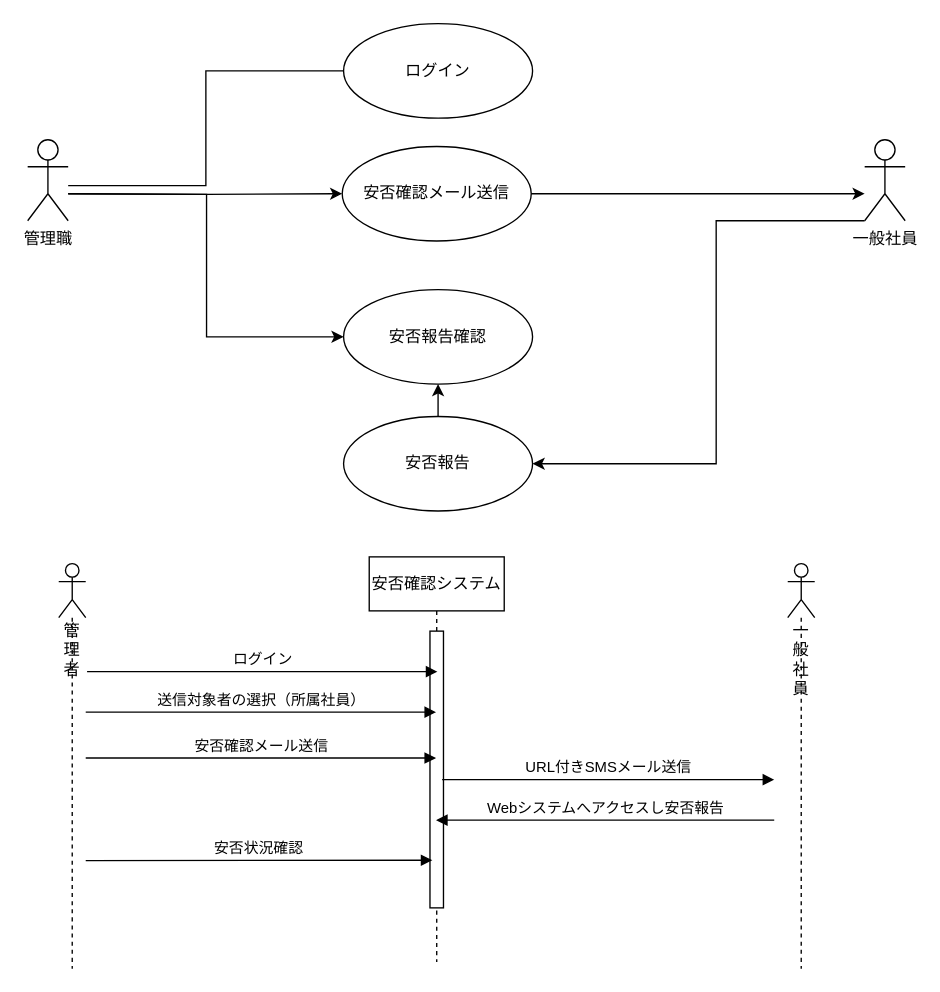
This is safetyConfirmation/uml/UseCase.drawio from ken-fulGit/fulGit, a draw.io file, before an edit. Source tidied: cells renumbered, new cells numbered last; positions are measured from the earlier drawing's top-left corner, leaving out a move shared by most shapes. Both pictures are drawn from the tidied source at 135%, with x=0, y=0 at pixel (27, 23).
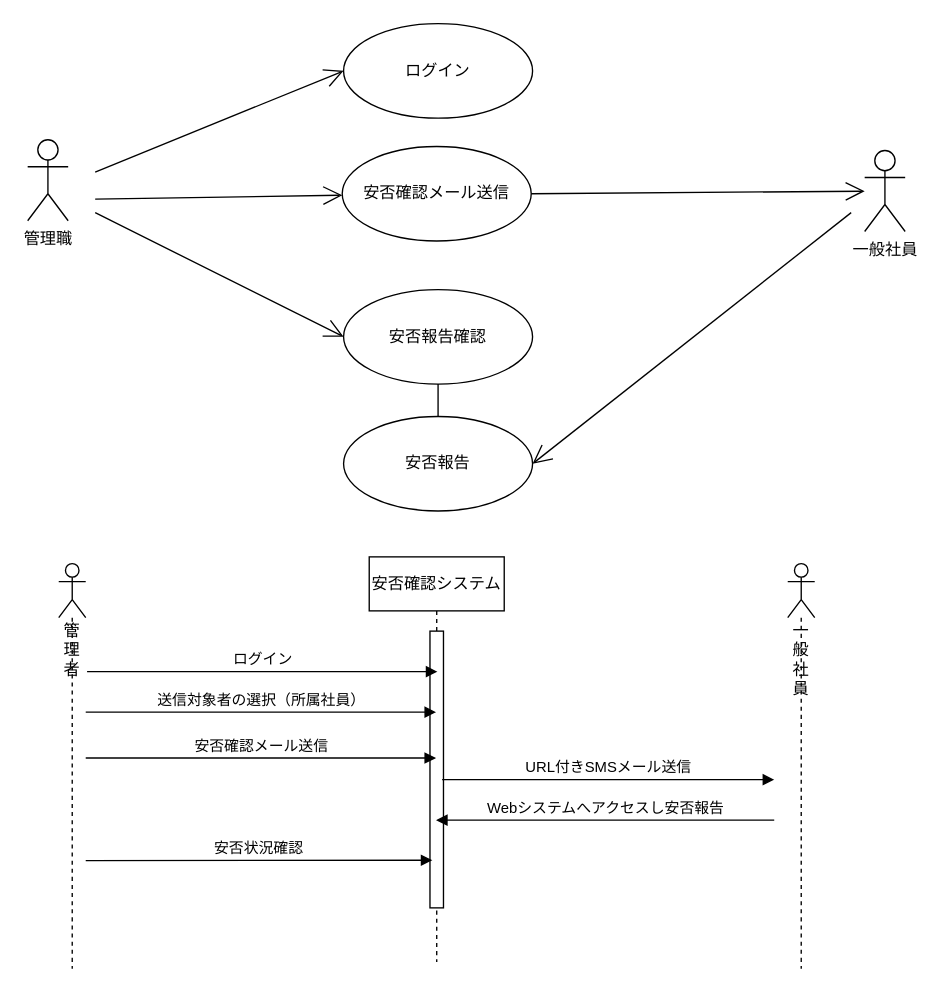
The same diagram, later.

Commit message (it also covers changes not shown here):
ダイアグラムの線変更（直線）

Unchanged cells that the change refers to:
```xml
<mxCell id="3" value="管理職" style="shape=umlActor;verticalLabelPosition=bottom;verticalAlign=top;html=1;" parent="1" vertex="1">
  <mxGeometry y="86" width="30" height="60" as="geometry" />
</mxCell>
<mxCell id="7" value="安否報告" style="ellipse;whiteSpace=wrap;html=1;" parent="1" vertex="1">
  <mxGeometry x="234" y="291" width="140" height="70" as="geometry" />
</mxCell>
<mxCell id="8" value="安否確認メール送信" style="ellipse;whiteSpace=wrap;html=1;" parent="1" vertex="1">
  <mxGeometry x="233" y="91" width="140" height="70" as="geometry" />
</mxCell>
<mxCell id="10" value="安否報告確認" style="ellipse;whiteSpace=wrap;html=1;" parent="1" vertex="1">
  <mxGeometry x="234" y="197" width="140" height="70" as="geometry" />
</mxCell>
<mxCell id="22" value="ログイン" style="ellipse;whiteSpace=wrap;html=1;" parent="1" vertex="1">
  <mxGeometry x="234" width="140" height="70" as="geometry" />
</mxCell>
```

Diff of the diagram source:
```diff
@@
-    <mxCell id="2" style="edgeStyle=orthogonalEdgeStyle;rounded=0;jettySize=auto;html=1;entryX=0;entryY=0.5;entryDx=0;entryDy=0;startArrow=none;startFill=0;endArrow=none;endFill=0;" parent="1" edge="1" source="3" target="22">
-      <mxGeometry relative="1" as="geometry">
-        <Array as="points">
-          <mxPoint x="132" y="120" />
-          <mxPoint x="132" y="35" />
-        </Array>
-      </mxGeometry>
-    </mxCell>
@@
-    <mxCell id="4" style="edgeStyle=orthogonalEdgeStyle;rounded=0;jettySize=auto;html=1;entryX=1;entryY=0.5;entryDx=0;entryDy=0;" parent="1" edge="1" target="7">
-      <mxGeometry relative="1" as="geometry">
-        <mxPoint x="620" y="146" as="sourcePoint" />
-        <Array as="points">
-          <mxPoint x="510" y="146" />
-          <mxPoint x="510" y="326" />
-        </Array>
-      </mxGeometry>
-    </mxCell>
     <mxCell id="5" value="一般社員" style="shape=umlActor;verticalLabelPosition=bottom;verticalAlign=top;html=1;" parent="1" vertex="1">
-      <mxGeometry x="620" y="86" width="30" height="60" as="geometry" />
+      <mxGeometry x="620" y="94" width="30" height="60" as="geometry" />
     </mxCell>
-    <mxCell id="6" style="edgeStyle=orthogonalEdgeStyle;rounded=0;jettySize=auto;html=1;entryX=0.5;entryY=1;entryDx=0;entryDy=0;" parent="1" edge="1" source="7" target="10">
+    <mxCell id="6" style="edgeStyle=orthogonalEdgeStyle;rounded=0;jettySize=auto;html=1;entryX=0.5;entryY=1;entryDx=0;entryDy=0;endArrow=none;endFill=0;" parent="1" edge="1" source="7" target="10">
       <mxGeometry relative="1" as="geometry" />
     </mxCell>
@@
-    <mxCell id="9" style="edgeStyle=orthogonalEdgeStyle;rounded=0;jettySize=auto;html=1;exitX=1;exitY=0.5;exitDx=0;exitDy=0;" parent="1" edge="1" source="8">
-      <mxGeometry relative="1" as="geometry">
-        <mxPoint x="620" y="126" as="targetPoint" />
-        <Array as="points">
-          <mxPoint x="373" y="126" />
-        </Array>
-      </mxGeometry>
-    </mxCell>
@@
-    <mxCell id="11" style="edgeStyle=orthogonalEdgeStyle;rounded=0;jettySize=auto;html=1;entryX=0;entryY=0.5;entryDx=0;entryDy=0;" parent="1" edge="1" target="8">
-      <mxGeometry relative="1" as="geometry">
-        <mxPoint x="30" y="126" as="sourcePoint" />
-      </mxGeometry>
-    </mxCell>
-    <mxCell id="12" style="edgeStyle=orthogonalEdgeStyle;rounded=0;jettySize=auto;html=1;entryX=0;entryY=0.5;entryDx=0;entryDy=0;" parent="1" edge="1" target="10">
-      <mxGeometry relative="1" as="geometry">
-        <mxPoint x="30" y="126" as="sourcePoint" />
-      </mxGeometry>
-    </mxCell>
@@
+    <mxCell id="24" style="endArrow=open;endFill=1;endSize=12;html=1;rounded=0;entryX=0;entryY=0.5;entryDx=0;entryDy=0;" parent="1" edge="1" target="22">
+      <mxGeometry relative="1" as="geometry">
+        <mxPoint x="50" y="110" as="sourcePoint" />
+      </mxGeometry>
+    </mxCell>
+    <mxCell id="25" style="endArrow=open;endFill=1;endSize=12;html=1;rounded=0;entryX=0;entryY=0.5;entryDx=0;entryDy=0;" parent="1" edge="1" target="10">
+      <mxGeometry relative="1" as="geometry">
+        <mxPoint x="50" y="140" as="sourcePoint" />
+      </mxGeometry>
+    </mxCell>
+    <mxCell id="26" style="endArrow=open;endFill=1;endSize=12;html=1;rounded=0;" parent="1" edge="1" target="8">
+      <mxGeometry relative="1" as="geometry">
+        <mxPoint x="50" y="130" as="sourcePoint" />
+      </mxGeometry>
+    </mxCell>
+    <mxCell id="27" style="endArrow=open;endFill=1;endSize=12;html=1;rounded=0;entryX=1;entryY=0.5;entryDx=0;entryDy=0;" parent="1" edge="1" target="7">
+      <mxGeometry relative="1" as="geometry">
+        <mxPoint x="610" y="140" as="sourcePoint" />
+      </mxGeometry>
+    </mxCell>
+    <mxCell id="28" style="endArrow=open;endFill=1;endSize=12;html=1;rounded=0;exitX=1;exitY=0.5;exitDx=0;exitDy=0;" parent="1" edge="1" source="8" target="5">
+      <mxGeometry relative="1" as="geometry" />
+    </mxCell>
```
